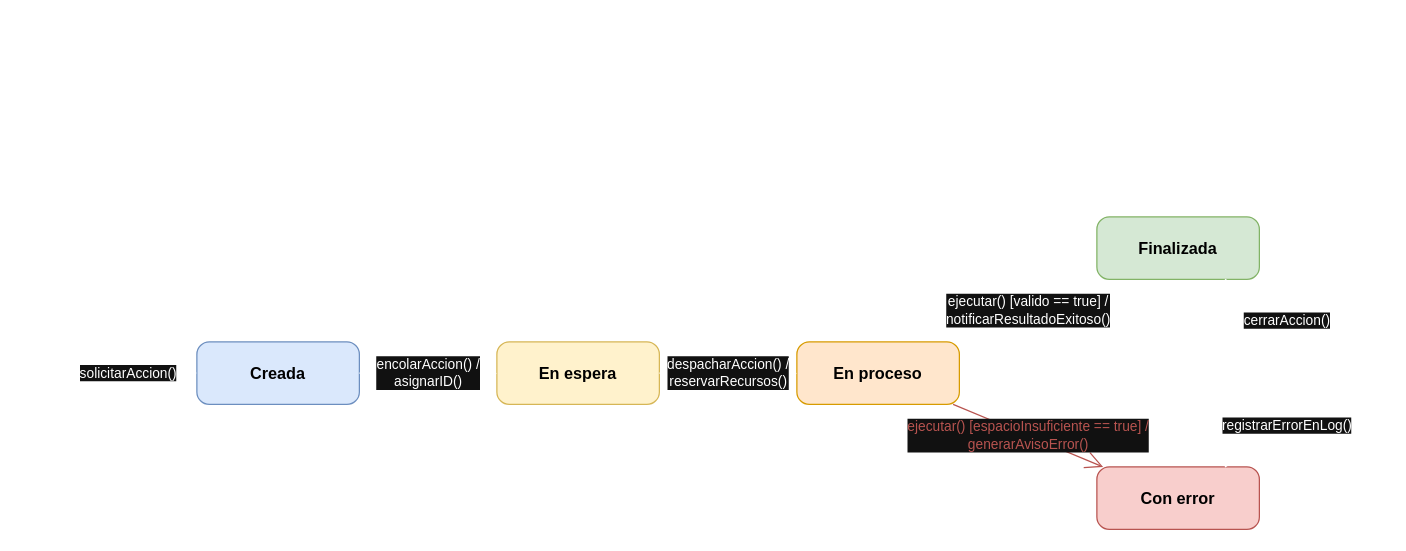
Before: docs/TP-1/06-Diagrama-de-Estados/06_estados.drawio in Axldev1991/metodologia-de-sistemas-2, a draw.io diagram. Source tidied: cells renumbered, new cells numbered last; positions are measured from the earlier drawing's top-left corner, leaving out a move shared by most shapes. Both pictures are drawn from the tidied source at 125%, with x=0, y=0 at pixel (21, 216).
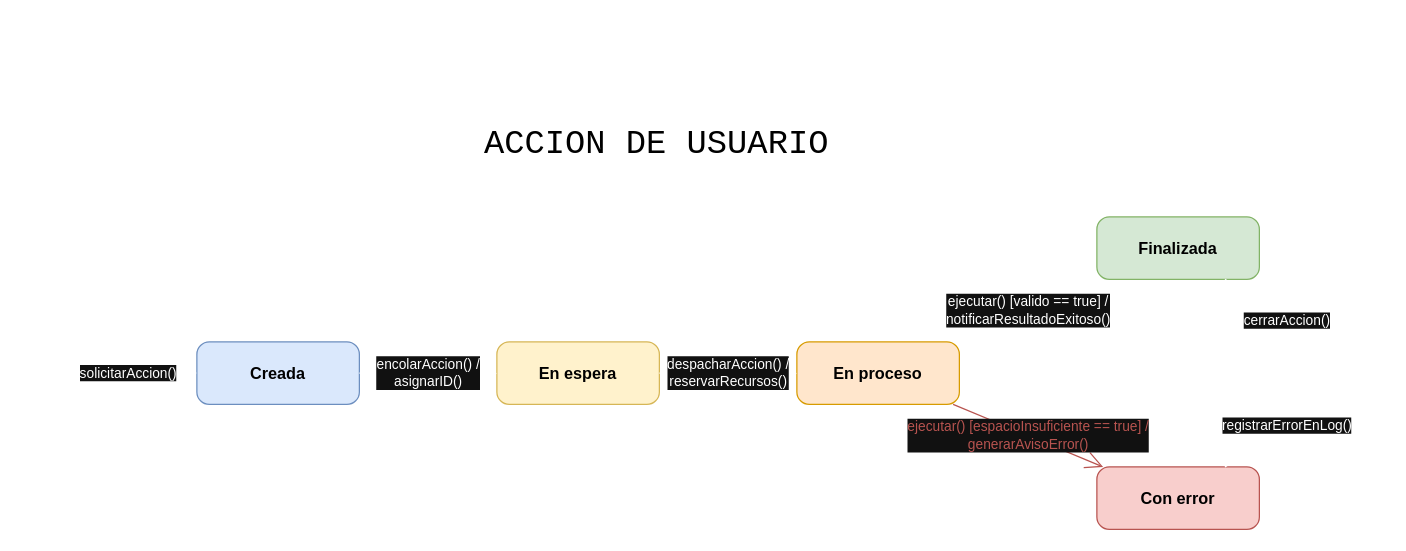
Above is the later version.

The edit, as a diff of the source:
```diff
@@
 <mxGraphModel>
   <root>
     <mxCell id="0" />
     <mxCell id="1" parent="0" />
     <mxCell id="2" style="ellipse;html=1;shape=startState;fillColor=#ffffff;strokeColor=#ffffff;" parent="1" vertex="1">
       <mxGeometry y="110" width="30" height="30" as="geometry" />
     </mxCell>
     <mxCell id="3" value="&lt;b&gt;Creada&lt;/b&gt;" style="html=1;whiteSpace=wrap;shape=mxgraph.bootstrap.rrect;rSize=10;fillColor=#dae8fc;strokeColor=#6c8ebf;fontColor=#000000;fontSize=13;" parent="1" vertex="1">
       <mxGeometry x="140" y="100" width="130" height="50" as="geometry" />
     </mxCell>
     <mxCell id="4" value="&lt;b&gt;En espera&lt;/b&gt;" style="html=1;whiteSpace=wrap;shape=mxgraph.bootstrap.rrect;rSize=10;fillColor=#fff2cc;strokeColor=#d6b656;fontColor=#000000;fontSize=13;" parent="1" vertex="1">
       <mxGeometry x="380" y="100" width="130" height="50" as="geometry" />
     </mxCell>
     <mxCell id="5" value="&lt;b&gt;En proceso&lt;/b&gt;" style="html=1;whiteSpace=wrap;shape=mxgraph.bootstrap.rrect;rSize=10;fillColor=#ffe6cc;strokeColor=#d79b00;fontColor=#000000;fontSize=13;" parent="1" vertex="1">
       <mxGeometry x="620" y="100" width="130" height="50" as="geometry" />
     </mxCell>
     <mxCell id="6" value="&lt;b&gt;Finalizada&lt;/b&gt;" style="html=1;whiteSpace=wrap;shape=mxgraph.bootstrap.rrect;rSize=10;fillColor=#d5e8d4;strokeColor=#82b366;fontColor=#000000;fontSize=13;" parent="1" vertex="1">
       <mxGeometry x="860" width="130" height="50" as="geometry" />
     </mxCell>
     <mxCell id="7" value="&lt;b&gt;Con error&lt;/b&gt;" style="html=1;whiteSpace=wrap;shape=mxgraph.bootstrap.rrect;rSize=10;fillColor=#f8cecc;strokeColor=#b85450;fontColor=#000000;fontSize=13;" parent="1" vertex="1">
       <mxGeometry x="860" y="200" width="130" height="50" as="geometry" />
     </mxCell>
     <mxCell id="8" style="ellipse;html=1;shape=endState;fillColor=#ffffff;strokeColor=#ffffff;" parent="1" vertex="1">
       <mxGeometry x="1060" y="110" width="30" height="30" as="geometry" />
     </mxCell>
     <mxCell id="9" value="solicitarAccion()" style="endArrow=open;endSize=12;html=1;rounded=0;strokeColor=#ffffff;fontColor=#ffffff;labelBackgroundColor=#111111;spacing=4;" parent="1" edge="1" source="2" target="3">
       <mxGeometry relative="1" as="geometry" />
     </mxCell>
     <mxCell id="10" value="encolarAccion() /&#10;asignarID()" style="endArrow=open;endSize=12;html=1;rounded=0;strokeColor=#ffffff;fontColor=#ffffff;labelBackgroundColor=#111111;spacing=4;" parent="1" edge="1" source="3" target="4">
       <mxGeometry relative="1" as="geometry" />
     </mxCell>
     <mxCell id="11" value="despacharAccion() /&#10;reservarRecursos()" style="endArrow=open;endSize=12;html=1;rounded=0;strokeColor=#ffffff;fontColor=#ffffff;labelBackgroundColor=#111111;spacing=4;" parent="1" edge="1" source="4" target="5">
       <mxGeometry relative="1" as="geometry" />
     </mxCell>
     <mxCell id="12" value="ejecutar() [valido == true] /&#10;notificarResultadoExitoso()" style="endArrow=open;endSize=12;html=1;rounded=0;strokeColor=#ffffff;fontColor=#ffffff;labelBackgroundColor=#111111;spacing=4;" parent="1" edge="1" source="5" target="6">
       <mxGeometry relative="1" as="geometry" />
     </mxCell>
     <mxCell id="13" value="ejecutar() [espacioInsuficiente == true] /&#10;generarAvisoError()" style="endArrow=open;endSize=12;html=1;rounded=0;strokeColor=#b85450;fontColor=#b85450;labelBackgroundColor=#111111;spacing=4;" parent="1" edge="1" source="5" target="7">
       <mxGeometry relative="1" as="geometry" />
     </mxCell>
     <mxCell id="14" value="cerrarAccion()" style="endArrow=open;endSize=12;html=1;rounded=0;strokeColor=#ffffff;fontColor=#ffffff;labelBackgroundColor=#111111;spacing=4;" parent="1" edge="1" source="6" target="8">
       <mxGeometry relative="1" as="geometry" />
     </mxCell>
     <mxCell id="15" value="registrarErrorEnLog()" style="endArrow=open;endSize=12;html=1;rounded=0;strokeColor=#ffffff;fontColor=#ffffff;labelBackgroundColor=#111111;spacing=4;" parent="1" edge="1" source="7" target="8">
       <mxGeometry relative="1" as="geometry" />
     </mxCell>
+    <mxCell id="16" value="ACCION DE USUARIO" style="text;strokeColor=none;align=center;fillColor=none;html=1;verticalAlign=middle;whiteSpace=wrap;rounded=0;strokeWidth=1;fontSize=27;fontFamily=Courier New;" parent="1" vertex="1">
+      <mxGeometry x="344" y="-156" width="328" height="196" as="geometry" />
+    </mxCell>
   </root>
 </mxGraphModel>
```
